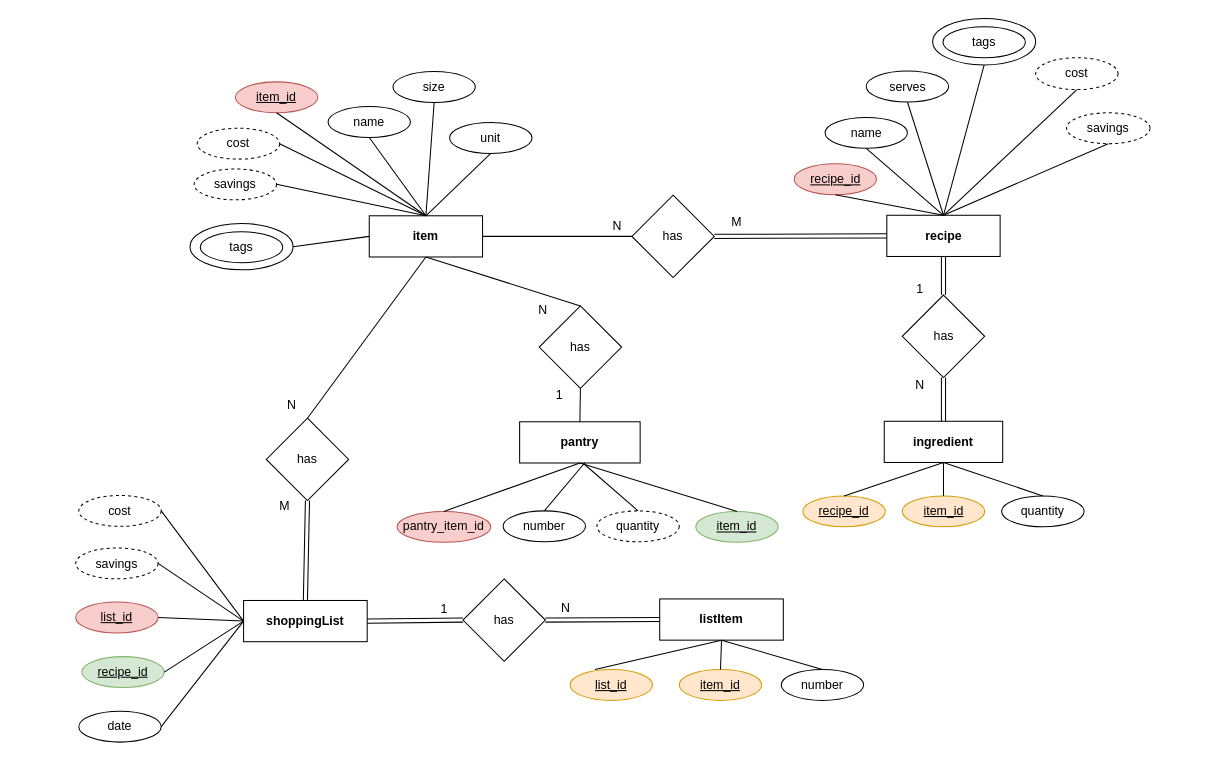
Before: foodShopER.drawio in Oolay/food-shop, a draw.io diagram. Source tidied: cells renumbered, new cells numbered last; positions are measured from the earlier drawing's top-left corner, leaving out a move shared by most shapes. Both pictures are drawn from the tidied source at 103%, with x=0, y=0 at pixel (75, 18).
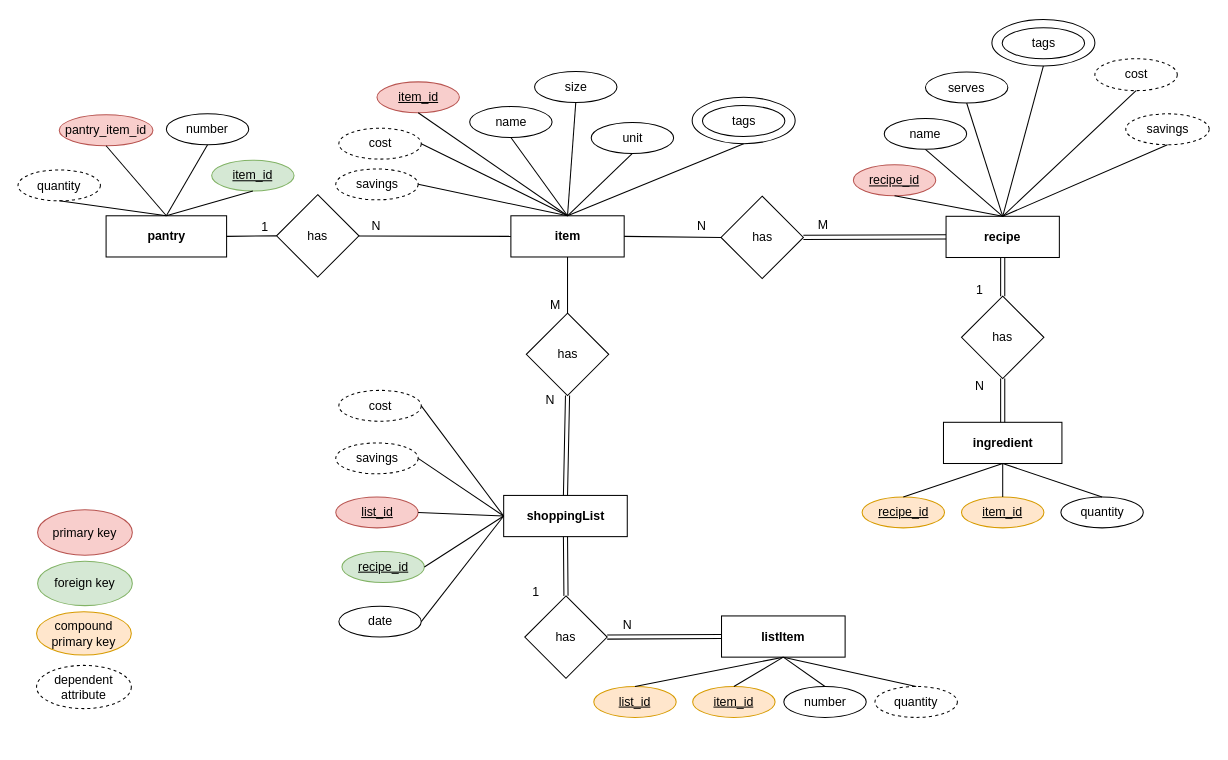
Above is the later version.

Diff of the diagram source:
```diff
@@
     <mxCell id="2" value="item" style="rounded=0;whiteSpace=wrap;html=1;fontStyle=1;" parent="1" vertex="1">
-      <mxGeometry x="285" y="192" width="110" height="40" as="geometry" />
+      <mxGeometry x="422.5" y="192" width="110" height="40" as="geometry" />
     </mxCell>
     <mxCell id="3" value="recipe" style="rounded=0;whiteSpace=wrap;html=1;fontStyle=1;" parent="1" vertex="1">
-      <mxGeometry x="787.5" y="191.5" width="110" height="40" as="geometry" />
+      <mxGeometry x="845" y="192.5" width="110" height="40" as="geometry" />
     </mxCell>
     <mxCell id="4" value="shoppingList" style="rounded=0;whiteSpace=wrap;html=1;fontStyle=1;" parent="1" vertex="1">
-      <mxGeometry x="163" y="565.5" width="120" height="40" as="geometry" />
+      <mxGeometry x="415.5" y="463.5" width="120" height="40" as="geometry" />
     </mxCell>
     <mxCell id="5" value="pantry" style="rounded=0;whiteSpace=wrap;html=1;fontStyle=1;" parent="1" vertex="1">
-      <mxGeometry x="431" y="392" width="117" height="40" as="geometry" />
+      <mxGeometry x="29.5" y="192" width="117" height="40" as="geometry" />
     </mxCell>
     <mxCell id="6" value="item_id" style="ellipse;whiteSpace=wrap;html=1;fillColor=#f8cecc;strokeColor=#b85450;fontStyle=4;" parent="1" vertex="1">
-      <mxGeometry x="155" y="62" width="80" height="30" as="geometry" />
+      <mxGeometry x="292.5" y="62" width="80" height="30" as="geometry" />
     </mxCell>
     <mxCell id="7" value="name" style="ellipse;whiteSpace=wrap;html=1;" parent="1" vertex="1">
-      <mxGeometry x="245" y="86" width="80" height="30" as="geometry" />
+      <mxGeometry x="382.5" y="86" width="80" height="30" as="geometry" />
     </mxCell>
     <mxCell id="8" value="unit" style="ellipse;whiteSpace=wrap;html=1;" parent="1" vertex="1">
-      <mxGeometry x="363" y="101.5" width="80" height="30" as="geometry" />
+      <mxGeometry x="500.5" y="101.5" width="80" height="30" as="geometry" />
     </mxCell>
     <mxCell id="9" value="size" style="ellipse;whiteSpace=wrap;html=1;" parent="1" vertex="1">
-      <mxGeometry x="308" y="52" width="80" height="30" as="geometry" />
+      <mxGeometry x="445.5" y="52" width="80" height="30" as="geometry" />
     </mxCell>
@@
     <mxCell id="14" value="recipe_id" style="ellipse;whiteSpace=wrap;html=1;fillColor=#f8cecc;strokeColor=#b85450;fontStyle=4;" parent="1" vertex="1">
-      <mxGeometry x="697.5" y="141.5" width="80" height="30" as="geometry" />
+      <mxGeometry x="755" y="142.5" width="80" height="30" as="geometry" />
     </mxCell>
     <mxCell id="15" value="name" style="ellipse;whiteSpace=wrap;html=1;" parent="1" vertex="1">
-      <mxGeometry x="727.5" y="96.5" width="80" height="30" as="geometry" />
+      <mxGeometry x="785" y="97.5" width="80" height="30" as="geometry" />
     </mxCell>
     <mxCell id="16" value="has" style="rhombus;whiteSpace=wrap;html=1;" parent="1" vertex="1">
-      <mxGeometry x="185" y="388.5" width="80" height="80" as="geometry" />
+      <mxGeometry x="437.5" y="286.5" width="80" height="80" as="geometry" />
     </mxCell>
     <mxCell id="17" value="cost" style="ellipse;whiteSpace=wrap;html=1;dashed=1;" parent="1" vertex="1">
-      <mxGeometry x="118" y="107" width="80" height="30" as="geometry" />
+      <mxGeometry x="255.5" y="107" width="80" height="30" as="geometry" />
     </mxCell>
     <mxCell id="18" value="savings" style="ellipse;whiteSpace=wrap;html=1;dashed=1;" parent="1" vertex="1">
-      <mxGeometry x="115" y="146.5" width="80" height="30" as="geometry" />
+      <mxGeometry x="252.5" y="146.5" width="80" height="30" as="geometry" />
     </mxCell>
     <mxCell id="19" value="list_id" style="ellipse;whiteSpace=wrap;html=1;fillColor=#f8cecc;strokeColor=#b85450;fontStyle=4;" parent="1" vertex="1">
-      <mxGeometry y="567" width="80" height="30" as="geometry" />
+      <mxGeometry x="252.5" y="465" width="80" height="30" as="geometry" />
     </mxCell>
@@
     <mxCell id="22" value="has" style="rhombus;whiteSpace=wrap;html=1;" parent="1" vertex="1">
-      <mxGeometry x="540" y="172" width="80" height="80" as="geometry" />
+      <mxGeometry x="626.5" y="173" width="80" height="80" as="geometry" />
     </mxCell>
@@
     <mxCell id="26" value="N" style="text;html=1;strokeColor=none;fillColor=none;align=center;verticalAlign=middle;whiteSpace=wrap;rounded=0;dashed=1;" parent="1" vertex="1">
-      <mxGeometry x="506" y="192" width="40" height="20" as="geometry" />
+      <mxGeometry x="587.5" y="192" width="40" height="20" as="geometry" />
     </mxCell>
     <mxCell id="27" value="M" style="text;html=1;strokeColor=none;fillColor=none;align=center;verticalAlign=middle;whiteSpace=wrap;rounded=0;dashed=1;" parent="1" vertex="1">
-      <mxGeometry x="622" y="187.5" width="40" height="20" as="geometry" />
+      <mxGeometry x="705.5" y="190.5" width="40" height="20" as="geometry" />
     </mxCell>
     <mxCell id="28" value="N" style="text;html=1;strokeColor=none;fillColor=none;align=center;verticalAlign=middle;whiteSpace=wrap;rounded=0;dashed=1;" parent="1" vertex="1">
-      <mxGeometry x="190" y="365.5" width="40" height="20" as="geometry" />
+      <mxGeometry x="440.5" y="361" width="40" height="20" as="geometry" />
     </mxCell>
     <mxCell id="29" value="M" style="text;html=1;strokeColor=none;fillColor=none;align=center;verticalAlign=middle;whiteSpace=wrap;rounded=0;dashed=1;" parent="1" vertex="1">
-      <mxGeometry x="183" y="463.5" width="40" height="20" as="geometry" />
+      <mxGeometry x="445.5" y="269" width="40" height="20" as="geometry" />
     </mxCell>
@@
     <mxCell id="32" value="serves" style="ellipse;whiteSpace=wrap;html=1;" parent="1" vertex="1">
-      <mxGeometry x="767.5" y="51.5" width="80" height="30" as="geometry" />
+      <mxGeometry x="825" y="52.5" width="80" height="30" as="geometry" />
     </mxCell>
@@
     <mxCell id="34" value="cost" style="ellipse;whiteSpace=wrap;html=1;dashed=1;" parent="1" vertex="1">
-      <mxGeometry x="932" y="38.5" width="80" height="31" as="geometry" />
+      <mxGeometry x="989.5" y="39.5" width="80" height="31" as="geometry" />
     </mxCell>
     <mxCell id="35" value="savings" style="ellipse;whiteSpace=wrap;html=1;dashed=1;" parent="1" vertex="1">
-      <mxGeometry x="962" y="92" width="81" height="30" as="geometry" />
+      <mxGeometry x="1019.5" y="93" width="81" height="30" as="geometry" />
     </mxCell>
     <mxCell id="36" style="endArrow=none;html=1;exitX=0.5;exitY=1;exitDx=0;exitDy=0;" parent="1" edge="1" source="34">
       <mxGeometry relative="1" as="geometry">
-        <mxPoint x="842.5" y="191.5" as="targetPoint" />
+        <mxPoint x="900" y="192.5" as="targetPoint" />
       </mxGeometry>
     </mxCell>
     <mxCell id="37" style="endArrow=none;html=1;exitX=0.5;exitY=1;exitDx=0;exitDy=0;" parent="1" edge="1" source="35">
       <mxGeometry relative="1" as="geometry">
-        <mxPoint x="842.5" y="191.5" as="targetPoint" />
+        <mxPoint x="900" y="192.5" as="targetPoint" />
       </mxGeometry>
     </mxCell>
     <mxCell id="38" value="date" style="ellipse;whiteSpace=wrap;html=1;" parent="1" vertex="1">
-      <mxGeometry x="3" y="673" width="80" height="30" as="geometry" />
+      <mxGeometry x="255.5" y="571" width="80" height="30" as="geometry" />
     </mxCell>
@@
     <mxCell id="40" value="item_id" style="ellipse;whiteSpace=wrap;html=1;fillColor=#d5e8d4;strokeColor=#82b366;fontStyle=4;" parent="1" vertex="1">
-      <mxGeometry x="602" y="479" width="80" height="30" as="geometry" />
+      <mxGeometry x="132" y="138" width="80" height="30" as="geometry" />
     </mxCell>
@@
     <mxCell id="43" value="cost" style="ellipse;whiteSpace=wrap;html=1;dashed=1;" parent="1" vertex="1">
-      <mxGeometry x="3" y="463.5" width="80" height="30" as="geometry" />
+      <mxGeometry x="255.5" y="361.5" width="80" height="30" as="geometry" />
     </mxCell>
     <mxCell id="44" value="savings" style="ellipse;whiteSpace=wrap;html=1;dashed=1;" parent="1" vertex="1">
-      <mxGeometry y="514.5" width="80" height="30" as="geometry" />
+      <mxGeometry x="252.5" y="412.5" width="80" height="30" as="geometry" />
     </mxCell>
     <mxCell id="45" style="ellipse;whiteSpace=wrap;html=1;" parent="1" vertex="1">
-      <mxGeometry x="111" y="199.5" width="100" height="45" as="geometry" />
+      <mxGeometry x="598.5" y="77" width="100" height="45" as="geometry" />
     </mxCell>
     <mxCell id="46" value="tags" style="ellipse;whiteSpace=wrap;html=1;fontStyle=0;" parent="1" vertex="1">
-      <mxGeometry x="121" y="207.5" width="80" height="30" as="geometry" />
+      <mxGeometry x="608.5" y="85" width="80" height="30" as="geometry" />
     </mxCell>
     <mxCell id="47" style="ellipse;whiteSpace=wrap;html=1;" parent="1" vertex="1">
-      <mxGeometry x="832" y="0.5" width="100" height="45" as="geometry" />
+      <mxGeometry x="889.5" y="1.5" width="100" height="45" as="geometry" />
     </mxCell>
     <mxCell id="48" value="tags" style="ellipse;whiteSpace=wrap;html=1;fontStyle=0;" parent="1" vertex="1">
-      <mxGeometry x="842" y="8.5" width="80" height="30" as="geometry" />
+      <mxGeometry x="899.5" y="9.5" width="80" height="30" as="geometry" />
     </mxCell>
-    <mxCell id="49" style="endArrow=none;html=1;entryX=0;entryY=0.5;entryDx=0;entryDy=0;exitX=1;exitY=0.5;exitDx=0;exitDy=0;" parent="1" edge="1" source="45" target="2">
+    <mxCell id="49" style="endArrow=none;html=1;entryX=0.5;entryY=0;entryDx=0;entryDy=0;exitX=0.5;exitY=1;exitDx=0;exitDy=0;" parent="1" edge="1" source="45" target="2">
       <mxGeometry relative="1" as="geometry" />
     </mxCell>
     <mxCell id="50" style="endArrow=none;html=1;entryX=0.5;entryY=1;entryDx=0;entryDy=0;" parent="1" edge="1" target="47">
       <mxGeometry relative="1" as="geometry">
-        <mxPoint x="842.5" y="191.5" as="sourcePoint" />
+        <mxPoint x="900" y="192.5" as="sourcePoint" />
       </mxGeometry>
     </mxCell>
     <mxCell id="51" value="recipe_id" style="ellipse;whiteSpace=wrap;html=1;fillColor=#d5e8d4;strokeColor=#82b366;fontStyle=4;" parent="1" vertex="1">
-      <mxGeometry x="6" y="620" width="80" height="30" as="geometry" />
+      <mxGeometry x="258.5" y="518" width="80" height="30" as="geometry" />
     </mxCell>
@@
     <mxCell id="53" value="number" style="ellipse;whiteSpace=wrap;html=1;" parent="1" vertex="1">
-      <mxGeometry x="415" y="478.5" width="80" height="30" as="geometry" />
+      <mxGeometry x="88" y="93" width="80" height="30" as="geometry" />
     </mxCell>
-    <mxCell id="54" style="endArrow=none;html=1;entryX=0.5;entryY=1;entryDx=0;entryDy=0;exitX=0.5;exitY=0;exitDx=0;exitDy=0;" parent="1" edge="1" source="40" target="5">
+    <mxCell id="54" style="endArrow=none;html=1;entryX=0.5;entryY=0;entryDx=0;entryDy=0;exitX=0.5;exitY=1;exitDx=0;exitDy=0;" parent="1" edge="1" source="40" target="5">
       <mxGeometry relative="1" as="geometry" />
     </mxCell>
-    <mxCell id="55" style="endArrow=none;html=1;exitX=0.5;exitY=0;exitDx=0;exitDy=0;" parent="1" edge="1" source="53">
-      <mxGeometry relative="1" as="geometry">
-        <mxPoint x="494.5" y="431.5" as="targetPoint" />
-      </mxGeometry>
+    <mxCell id="55" style="endArrow=none;html=1;exitX=0.5;exitY=1;exitDx=0;exitDy=0;entryX=0.5;entryY=0;entryDx=0;entryDy=0;" parent="1" edge="1" source="53" target="5">
+      <mxGeometry relative="1" as="geometry" />
     </mxCell>
@@
     <mxCell id="58" value="ingredient" style="rounded=0;whiteSpace=wrap;html=1;fontStyle=1;" parent="1" vertex="1">
-      <mxGeometry x="785" y="391.5" width="115" height="40" as="geometry" />
+      <mxGeometry x="842.5" y="392.5" width="115" height="40" as="geometry" />
     </mxCell>
     <mxCell id="59" value="recipe_id" style="ellipse;whiteSpace=wrap;html=1;fillColor=#ffe6cc;strokeColor=#d79b00;fontStyle=4;" parent="1" vertex="1">
-      <mxGeometry x="706" y="464" width="80" height="30" as="geometry" />
+      <mxGeometry x="763.5" y="465" width="80" height="30" as="geometry" />
     </mxCell>
     <mxCell id="60" value="item_id" style="ellipse;whiteSpace=wrap;html=1;fillColor=#ffe6cc;strokeColor=#d79b00;fontStyle=4;" parent="1" vertex="1">
-      <mxGeometry x="802.5" y="464" width="80" height="30" as="geometry" />
+      <mxGeometry x="860" y="465" width="80" height="30" as="geometry" />
     </mxCell>
     <mxCell id="61" value="quantity" style="ellipse;whiteSpace=wrap;html=1;" parent="1" vertex="1">
-      <mxGeometry x="899" y="464" width="80" height="30" as="geometry" />
+      <mxGeometry x="956.5" y="465" width="80" height="30" as="geometry" />
     </mxCell>
@@
     <mxCell id="65" value="quantity" style="ellipse;whiteSpace=wrap;html=1;dashed=1;" parent="1" vertex="1">
-      <mxGeometry x="506" y="478.5" width="80" height="30" as="geometry" />
+      <mxGeometry x="-56" y="147.5" width="80" height="30" as="geometry" />
     </mxCell>
-    <mxCell id="66" style="endArrow=none;html=1;entryX=0.5;entryY=0;entryDx=0;entryDy=0;" parent="1" edge="1" target="65">
-      <mxGeometry relative="1" as="geometry">
-        <mxPoint x="493" y="432.5" as="sourcePoint" />
-      </mxGeometry>
+    <mxCell id="66" style="endArrow=none;html=1;entryX=0.5;entryY=1;entryDx=0;entryDy=0;exitX=0.5;exitY=0;exitDx=0;exitDy=0;" parent="1" edge="1" source="5" target="65">
+      <mxGeometry relative="1" as="geometry" />
     </mxCell>
     <mxCell id="67" value="has" style="rhombus;whiteSpace=wrap;html=1;" parent="1" vertex="1">
-      <mxGeometry x="802.5" y="269" width="80" height="80" as="geometry" />
+      <mxGeometry x="860" y="270" width="80" height="80" as="geometry" />
     </mxCell>
@@
     <mxCell id="70" value="has" style="rhombus;whiteSpace=wrap;html=1;" parent="1" vertex="1">
-      <mxGeometry x="450" y="279.5" width="80" height="80" as="geometry" />
+      <mxGeometry x="195" y="171.5" width="80" height="80" as="geometry" />
     </mxCell>
-    <mxCell id="71" style="endArrow=none;html=1;entryX=0.5;entryY=1;entryDx=0;entryDy=0;exitX=0.5;exitY=0;exitDx=0;exitDy=0;" parent="1" edge="1" source="70" target="2">
+    <mxCell id="71" style="endArrow=none;html=1;entryX=0;entryY=0.5;entryDx=0;entryDy=0;" parent="1" edge="1" source="70" target="2">
       <mxGeometry relative="1" as="geometry" />
     </mxCell>
-    <mxCell id="72" style="endArrow=none;html=1;entryX=0.5;entryY=1;entryDx=0;entryDy=0;exitX=0.5;exitY=0;exitDx=0;exitDy=0;" parent="1" edge="1" source="5" target="70">
+    <mxCell id="72" style="endArrow=none;html=1;entryX=0;entryY=0.5;entryDx=0;entryDy=0;exitX=1;exitY=0.5;exitDx=0;exitDy=0;" parent="1" edge="1" source="5" target="70">
       <mxGeometry relative="1" as="geometry" />
     </mxCell>
     <mxCell id="73" value="N" style="text;html=1;strokeColor=none;fillColor=none;align=center;verticalAlign=middle;whiteSpace=wrap;rounded=0;dashed=1;" parent="1" vertex="1">
-      <mxGeometry x="800" y="347" width="40" height="20" as="geometry" />
+      <mxGeometry x="857.5" y="348" width="40" height="20" as="geometry" />
     </mxCell>
     <mxCell id="74" value="1" style="text;html=1;strokeColor=none;fillColor=none;align=center;verticalAlign=middle;whiteSpace=wrap;rounded=0;dashed=1;" parent="1" vertex="1">
-      <mxGeometry x="800" y="253" width="40" height="20" as="geometry" />
+      <mxGeometry x="857.5" y="254" width="40" height="20" as="geometry" />
     </mxCell>
     <mxCell id="75" value="N" style="text;html=1;strokeColor=none;fillColor=none;align=center;verticalAlign=middle;whiteSpace=wrap;rounded=0;dashed=1;" parent="1" vertex="1">
-      <mxGeometry x="434" y="273.5" width="40" height="20" as="geometry" />
+      <mxGeometry x="272" y="191.5" width="40" height="20" as="geometry" />
     </mxCell>
     <mxCell id="76" value="1" style="text;html=1;strokeColor=none;fillColor=none;align=center;verticalAlign=middle;whiteSpace=wrap;rounded=0;dashed=1;" parent="1" vertex="1">
-      <mxGeometry x="450" y="355.5" width="40" height="20" as="geometry" />
+      <mxGeometry x="164" y="192.5" width="40" height="20" as="geometry" />
     </mxCell>
     <mxCell id="77" value="listItem" style="rounded=0;whiteSpace=wrap;html=1;fontStyle=1;" parent="1" vertex="1">
-      <mxGeometry x="567" y="564" width="120" height="40" as="geometry" />
+      <mxGeometry x="627" y="580.5" width="120" height="40" as="geometry" />
     </mxCell>
     <mxCell id="78" value="list_id" style="ellipse;whiteSpace=wrap;html=1;fillColor=#ffe6cc;strokeColor=#d79b00;fontStyle=4;" parent="1" vertex="1">
-      <mxGeometry x="480" y="632.5" width="80" height="30" as="geometry" />
+      <mxGeometry x="503" y="649" width="80" height="30" as="geometry" />
     </mxCell>
     <mxCell id="79" value="item_id" style="ellipse;whiteSpace=wrap;html=1;fillColor=#ffe6cc;strokeColor=#d79b00;fontStyle=4;" parent="1" vertex="1">
-      <mxGeometry x="586" y="632.5" width="80" height="30" as="geometry" />
+      <mxGeometry x="599" y="649" width="80" height="30" as="geometry" />
     </mxCell>
     <mxCell id="80" value="number" style="ellipse;whiteSpace=wrap;html=1;" parent="1" vertex="1">
-      <mxGeometry x="685" y="632.5" width="80" height="30" as="geometry" />
+      <mxGeometry x="687.5" y="649" width="80" height="30" as="geometry" />
     </mxCell>
-    <mxCell id="81" style="endArrow=none;html=1;entryX=0.5;entryY=1;entryDx=0;entryDy=0;exitX=0.5;exitY=1;exitDx=0;exitDy=0;" parent="1" edge="1" source="77">
-      <mxGeometry relative="1" as="geometry">
-        <mxPoint x="504.2" y="632.4" as="targetPoint" />
-      </mxGeometry>
+    <mxCell id="81" style="endArrow=none;html=1;entryX=0.5;entryY=0;entryDx=0;entryDy=0;exitX=0.5;exitY=1;exitDx=0;exitDy=0;" parent="1" edge="1" source="77" target="78">
+      <mxGeometry relative="1" as="geometry" />
     </mxCell>
@@
     <mxCell id="84" value="has" style="rhombus;whiteSpace=wrap;html=1;" parent="1" vertex="1">
-      <mxGeometry x="376" y="544.5" width="80" height="80" as="geometry" />
+      <mxGeometry x="436" y="561" width="80" height="80" as="geometry" />
     </mxCell>
-    <mxCell id="85" style="shape=link;html=1;entryX=0;entryY=0.5;entryDx=0;entryDy=0;exitX=1;exitY=0.5;exitDx=0;exitDy=0;" parent="1" edge="1" source="4" target="84">
+    <mxCell id="85" style="shape=link;html=1;entryX=0.5;entryY=0;entryDx=0;entryDy=0;exitX=0.5;exitY=1;exitDx=0;exitDy=0;" parent="1" edge="1" source="4" target="84">
       <mxGeometry relative="1" as="geometry" />
     </mxCell>
@@
     <mxCell id="87" value="1" style="text;html=1;strokeColor=none;fillColor=none;align=center;verticalAlign=middle;whiteSpace=wrap;rounded=0;dashed=1;" parent="1" vertex="1">
-      <mxGeometry x="338" y="564" width="40" height="20" as="geometry" />
+      <mxGeometry x="427" y="548" width="40" height="20" as="geometry" />
     </mxCell>
     <mxCell id="88" value="N" style="text;html=1;strokeColor=none;fillColor=none;align=center;verticalAlign=middle;whiteSpace=wrap;rounded=0;dashed=1;" parent="1" vertex="1">
-      <mxGeometry x="456" y="563" width="40" height="20" as="geometry" />
+      <mxGeometry x="516" y="579.5" width="40" height="20" as="geometry" />
     </mxCell>
     <mxCell id="89" value="pantry_item_id" style="ellipse;whiteSpace=wrap;html=1;fillColor=#f8cecc;strokeColor=#b85450;" parent="1" vertex="1">
-      <mxGeometry x="312" y="479" width="91" height="30" as="geometry" />
+      <mxGeometry x="-16" y="94" width="91" height="30" as="geometry" />
     </mxCell>
-    <mxCell id="90" style="endArrow=none;html=1;exitX=0.5;exitY=0;exitDx=0;exitDy=0;entryX=0.5;entryY=1;entryDx=0;entryDy=0;" parent="1" edge="1" source="89" target="5">
+    <mxCell id="90" style="endArrow=none;html=1;exitX=0.5;exitY=1;exitDx=0;exitDy=0;entryX=0.5;entryY=0;entryDx=0;entryDy=0;" parent="1" edge="1" source="89" target="5">
       <mxGeometry relative="1" as="geometry" />
     </mxCell>
+    <mxCell id="91" value="quantity" style="ellipse;whiteSpace=wrap;html=1;dashed=1;" parent="1" vertex="1">
+      <mxGeometry x="776" y="649" width="80" height="30" as="geometry" />
+    </mxCell>
+    <mxCell id="92" style="endArrow=none;html=1;exitX=0.5;exitY=1;exitDx=0;exitDy=0;entryX=0.5;entryY=0;entryDx=0;entryDy=0;" parent="1" edge="1" source="77" target="91">
+      <mxGeometry relative="1" as="geometry" />
+    </mxCell>
+    <mxCell id="93" value="primary key" style="ellipse;whiteSpace=wrap;html=1;fillColor=#f8cecc;strokeColor=#b85450;" parent="1" vertex="1">
+      <mxGeometry x="-37" y="477.5" width="92" height="44" as="geometry" />
+    </mxCell>
+    <mxCell id="94" value="foreign key" style="ellipse;whiteSpace=wrap;html=1;fillColor=#d5e8d4;strokeColor=#82b366;" parent="1" vertex="1">
+      <mxGeometry x="-37" y="527.5" width="92" height="43" as="geometry" />
+    </mxCell>
+    <mxCell id="95" value="compound primary key" style="ellipse;whiteSpace=wrap;html=1;fillColor=#ffe6cc;strokeColor=#d79b00;" parent="1" vertex="1">
+      <mxGeometry x="-38" y="576.5" width="92" height="42" as="geometry" />
+    </mxCell>
+    <mxCell id="96" value="dependent attribute" style="ellipse;whiteSpace=wrap;html=1;dashed=1;" parent="1" vertex="1">
+      <mxGeometry x="-38" y="628.5" width="92" height="42" as="geometry" />
+    </mxCell>
```
